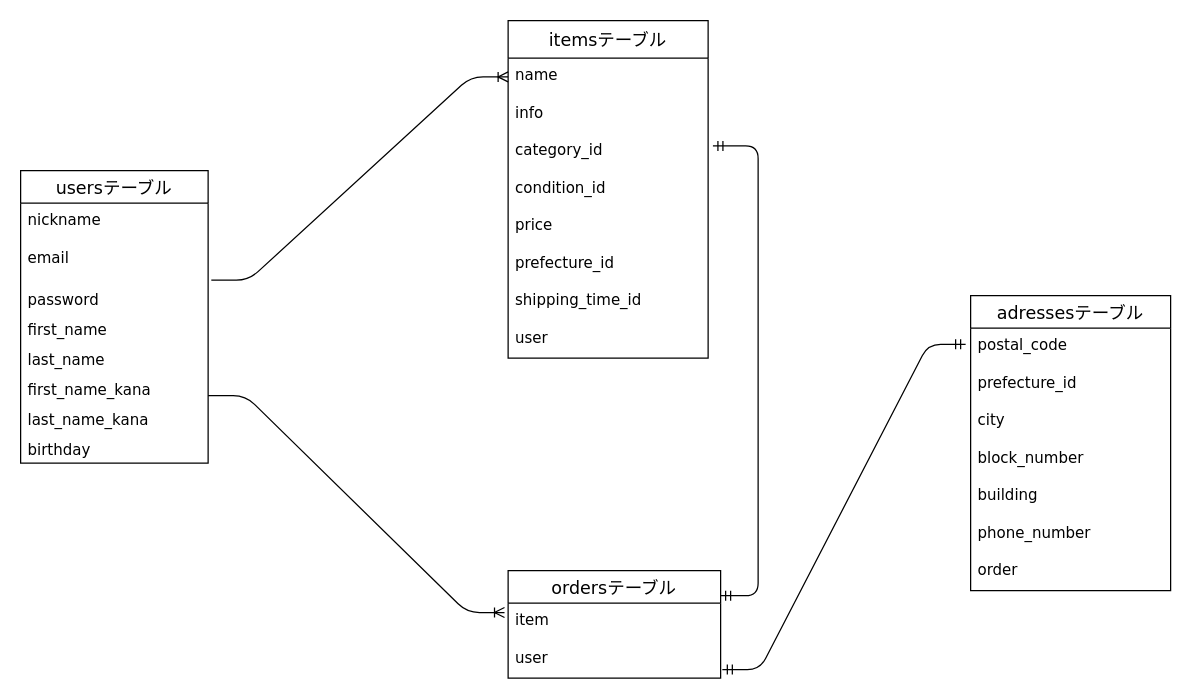
Above: test.dio in kanako-s2222/furima-39793 (draw.io), before the change. Source tidied: cells renumbered, new cells numbered last; positions are measured from the earlier drawing's top-left corner, leaving out a move shared by most shapes. Both pictures are drawn from the tidied source at 125%, with x=0, y=0 at pixel (20, 20).
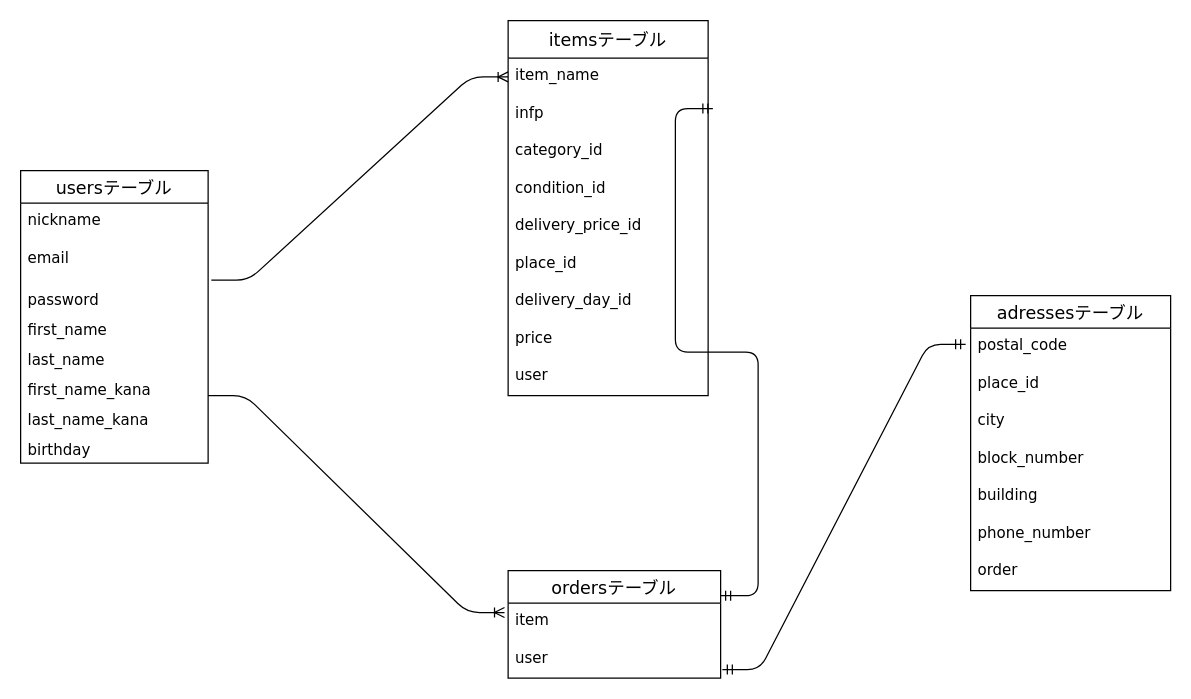
After the change.

Unchanged cells that the change refers to:
```xml
<mxCell id="4" value="email " style="text;strokeColor=none;fillColor=none;spacingLeft=4;spacingRight=4;overflow=hidden;points=[[0,0.5],[1,0.5]];portConstraint=eastwest;fontSize=12;rounded=0;sketch=0;hachureGap=4;jiggle=2;curveFitting=1;fontFamily=Verdana;" parent="2" vertex="1">
  <mxGeometry y="56" width="150" height="34" as="geometry" />
</mxCell>
<mxCell id="24" value="adressesテーブル" style="swimlane;fontStyle=0;horizontal=1;startSize=26;align=center;fontSize=14;rounded=0;sketch=0;hachureGap=4;jiggle=2;curveFitting=1;strokeColor=default;fontFamily=Verdana;fillColor=none;" parent="1" vertex="1">
  <mxGeometry x="760" y="220" width="160" height="236" as="geometry" />
</mxCell>
```

The edit, as a diff of the source:
```diff
@@
-    <mxCell id="11" style="edgeStyle=entityRelationEdgeStyle;fontSize=12;html=1;endArrow=ERoneToMany;sketch=0;hachureGap=4;jiggle=2;curveFitting=1;fontFamily=Verdana;exitX=1.017;exitY=0.929;exitDx=0;exitDy=0;exitPerimeter=0;" parent="1" edge="1" source="4" target="13">
-      <mxGeometry relative="1" as="geometry" />
+    <mxCell id="11" style="edgeStyle=entityRelationEdgeStyle;fontSize=12;html=1;endArrow=ERoneToMany;sketch=0;hachureGap=4;jiggle=2;curveFitting=1;fontFamily=Verdana;exitX=1.017;exitY=0.929;exitDx=0;exitDy=0;exitPerimeter=0;" parent="1" edge="1" source="4">
+      <mxGeometry relative="1" as="geometry">
+        <mxPoint x="390" y="45" as="targetPoint" />
+      </mxGeometry>
     </mxCell>
     <mxCell id="12" value="itemsテーブル" style="swimlane;fontStyle=0;horizontal=1;startSize=30;align=center;fontSize=14;rounded=0;sketch=0;hachureGap=4;jiggle=2;curveFitting=1;strokeColor=default;fontFamily=Verdana;fillColor=none;" parent="1" vertex="1">
-      <mxGeometry x="390" width="160" height="270" as="geometry" />
+      <mxGeometry x="390" width="160" height="300" as="geometry" />
     </mxCell>
-    <mxCell id="13" value="name" style="text;strokeColor=none;fillColor=none;spacingLeft=4;spacingRight=4;overflow=hidden;points=[[0,0.5],[1,0.5]];portConstraint=eastwest;fontSize=12;rounded=0;sketch=0;hachureGap=4;jiggle=2;curveFitting=1;fontFamily=Verdana;" parent="12" vertex="1">
-      <mxGeometry y="30" width="160" height="30" as="geometry" />
-    </mxCell>
-    <mxCell id="14" value="info " style="text;strokeColor=none;fillColor=none;spacingLeft=4;spacingRight=4;overflow=hidden;fontSize=12;rounded=0;sketch=0;hachureGap=4;jiggle=2;curveFitting=1;fontFamily=Verdana;" parent="12" vertex="1">
-      <mxGeometry y="60" width="160" height="30" as="geometry" />
+    <mxCell id="14" value="item_name" style="text;strokeColor=none;fillColor=none;spacingLeft=4;spacingRight=4;overflow=hidden;fontSize=12;rounded=0;sketch=0;hachureGap=4;jiggle=2;curveFitting=1;fontFamily=Verdana;" parent="12" vertex="1">
+      <mxGeometry y="30" width="160" height="30" as="geometry" />
     </mxCell>
-    <mxCell id="15" value="category_id " style="text;strokeColor=none;fillColor=none;spacingLeft=4;spacingRight=4;overflow=hidden;points=[[0,0.5],[1,0.5]];portConstraint=eastwest;fontSize=12;rounded=0;sketch=0;hachureGap=4;jiggle=2;curveFitting=1;fontFamily=Verdana;" parent="12" vertex="1">
-      <mxGeometry y="90" width="160" height="30" as="geometry" />
-    </mxCell>
-    <mxCell id="16" value="condition_id " style="text;strokeColor=none;fillColor=none;spacingLeft=4;spacingRight=4;overflow=hidden;fontSize=12;rounded=0;sketch=0;hachureGap=4;jiggle=2;curveFitting=1;fontFamily=Verdana;" parent="12" vertex="1">
-      <mxGeometry y="120" width="160" height="30" as="geometry" />
+    <mxCell id="16" value="infp" style="text;strokeColor=none;fillColor=none;spacingLeft=4;spacingRight=4;overflow=hidden;fontSize=12;rounded=0;sketch=0;hachureGap=4;jiggle=2;curveFitting=1;fontFamily=Verdana;" parent="12" vertex="1">
+      <mxGeometry y="60" width="160" height="30" as="geometry" />
     </mxCell>
-    <mxCell id="17" value="price" style="text;strokeColor=none;fillColor=none;spacingLeft=4;spacingRight=4;overflow=hidden;fontSize=12;rounded=0;sketch=0;hachureGap=4;jiggle=2;curveFitting=1;fontFamily=Verdana;" parent="12" vertex="1">
-      <mxGeometry y="150" width="160" height="30" as="geometry" />
+    <mxCell id="17" value="category_id" style="text;strokeColor=none;fillColor=none;spacingLeft=4;spacingRight=4;overflow=hidden;fontSize=12;rounded=0;sketch=0;hachureGap=4;jiggle=2;curveFitting=1;fontFamily=Verdana;" parent="12" vertex="1">
+      <mxGeometry y="90" width="160" height="30" as="geometry" />
     </mxCell>
-    <mxCell id="18" value="prefecture_id" style="text;strokeColor=none;fillColor=none;spacingLeft=4;spacingRight=4;overflow=hidden;fontSize=12;rounded=0;sketch=0;hachureGap=4;jiggle=2;curveFitting=1;fontFamily=Verdana;" parent="12" vertex="1">
-      <mxGeometry y="180" width="160" height="30" as="geometry" />
+    <mxCell id="18" value="condition_id" style="text;strokeColor=none;fillColor=none;spacingLeft=4;spacingRight=4;overflow=hidden;fontSize=12;rounded=0;sketch=0;hachureGap=4;jiggle=2;curveFitting=1;fontFamily=Verdana;" parent="12" vertex="1">
+      <mxGeometry y="120" width="160" height="30" as="geometry" />
     </mxCell>
-    <mxCell id="19" value="shipping_time_id" style="text;strokeColor=none;fillColor=none;spacingLeft=4;spacingRight=4;overflow=hidden;fontSize=12;rounded=0;sketch=0;hachureGap=4;jiggle=2;curveFitting=1;fontFamily=Verdana;" parent="12" vertex="1">
-      <mxGeometry y="210" width="160" height="30" as="geometry" />
+    <mxCell id="19" value="delivery_price_id&#10;&#10;" style="text;strokeColor=none;fillColor=none;spacingLeft=4;spacingRight=4;overflow=hidden;fontSize=12;rounded=0;sketch=0;hachureGap=4;jiggle=2;curveFitting=1;fontFamily=Verdana;" parent="12" vertex="1">
+      <mxGeometry y="150" width="160" height="30" as="geometry" />
     </mxCell>
+    <mxCell id="35" value="place_id&#10;&#10;" style="text;strokeColor=none;fillColor=none;spacingLeft=4;spacingRight=4;overflow=hidden;fontSize=12;rounded=0;sketch=0;hachureGap=4;jiggle=2;curveFitting=1;fontFamily=Verdana;" parent="12" vertex="1">
+      <mxGeometry y="180" width="160" height="30" as="geometry" />
+    </mxCell>
+    <mxCell id="36" value="delivery_day_id&#10;&#10;" style="text;strokeColor=none;fillColor=none;spacingLeft=4;spacingRight=4;overflow=hidden;fontSize=12;rounded=0;sketch=0;hachureGap=4;jiggle=2;curveFitting=1;fontFamily=Verdana;" parent="12" vertex="1">
+      <mxGeometry y="210" width="160" height="30" as="geometry" />
+    </mxCell>
+    <mxCell id="37" value="price&#10;&#10;" style="text;strokeColor=none;fillColor=none;spacingLeft=4;spacingRight=4;overflow=hidden;fontSize=12;rounded=0;sketch=0;hachureGap=4;jiggle=2;curveFitting=1;fontFamily=Verdana;" parent="12" vertex="1">
+      <mxGeometry y="240" width="160" height="30" as="geometry" />
+    </mxCell>
-    <mxCell id="20" value="user" style="text;strokeColor=none;fillColor=none;spacingLeft=4;spacingRight=4;overflow=hidden;fontSize=12;rounded=0;sketch=0;hachureGap=4;jiggle=2;curveFitting=1;fontFamily=Verdana;" parent="12" vertex="1">
-      <mxGeometry y="240" width="160" height="30" as="geometry" />
+    <mxCell id="20" value="user&#10;&#10;" style="text;strokeColor=none;fillColor=none;spacingLeft=4;spacingRight=4;overflow=hidden;fontSize=12;rounded=0;sketch=0;hachureGap=4;jiggle=2;curveFitting=1;fontFamily=Verdana;" parent="12" vertex="1">
+      <mxGeometry y="270" width="160" height="30" as="geometry" />
     </mxCell>
@@
-    <mxCell id="26" value="prefecture_id" style="text;strokeColor=none;fillColor=none;spacingLeft=4;spacingRight=4;overflow=hidden;fontSize=12;rounded=0;sketch=0;hachureGap=4;jiggle=2;curveFitting=1;fontFamily=Verdana;" parent="24" vertex="1">
+    <mxCell id="26" value="place_id " style="text;strokeColor=none;fillColor=none;spacingLeft=4;spacingRight=4;overflow=hidden;fontSize=12;rounded=0;sketch=0;hachureGap=4;jiggle=2;curveFitting=1;fontFamily=Verdana;" parent="24" vertex="1">
       <mxGeometry y="56" width="160" height="30" as="geometry" />
     </mxCell>
@@
-    <mxCell id="34" style="edgeStyle=entityRelationEdgeStyle;fontSize=12;html=1;endArrow=ERmandOne;startArrow=ERmandOne;sketch=0;hachureGap=4;jiggle=2;curveFitting=1;fontFamily=Verdana;entryX=1.024;entryY=0.342;entryDx=0;entryDy=0;entryPerimeter=0;" parent="1" edge="1" target="15">
+    <mxCell id="34" style="edgeStyle=entityRelationEdgeStyle;fontSize=12;html=1;endArrow=ERmandOne;startArrow=ERmandOne;sketch=0;hachureGap=4;jiggle=2;curveFitting=1;fontFamily=Verdana;entryX=1.024;entryY=0.342;entryDx=0;entryDy=0;entryPerimeter=0;" parent="1" edge="1">
       <mxGeometry relative="1" as="geometry">
         <mxPoint x="560" y="460" as="sourcePoint" />
+        <mxPoint x="553.8" y="70.3" as="targetPoint" />
       </mxGeometry>
     </mxCell>
```
